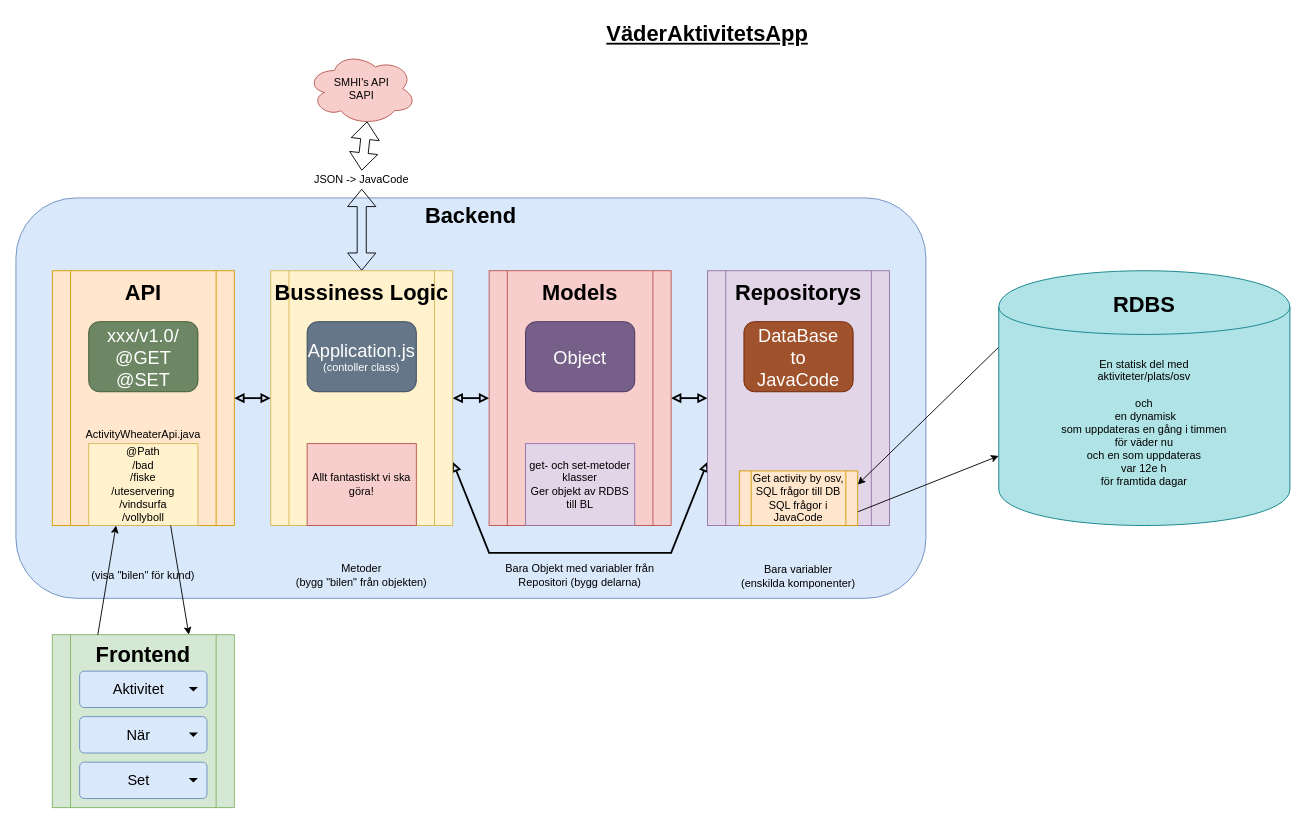
Before: page "VäderAktivitetsApp" (1 of 7) of System_översikt.drawio in deskavaenkelt/JavaEEuppgift, a draw.io diagram. Source tidied: cells renumbered, new cells numbered last; positions are measured from the earlier drawing's top-left corner, leaving out a move shared by most shapes. Both pictures are drawn from the tidied source at 91%, with x=0, y=0 at pixel (15, 15).
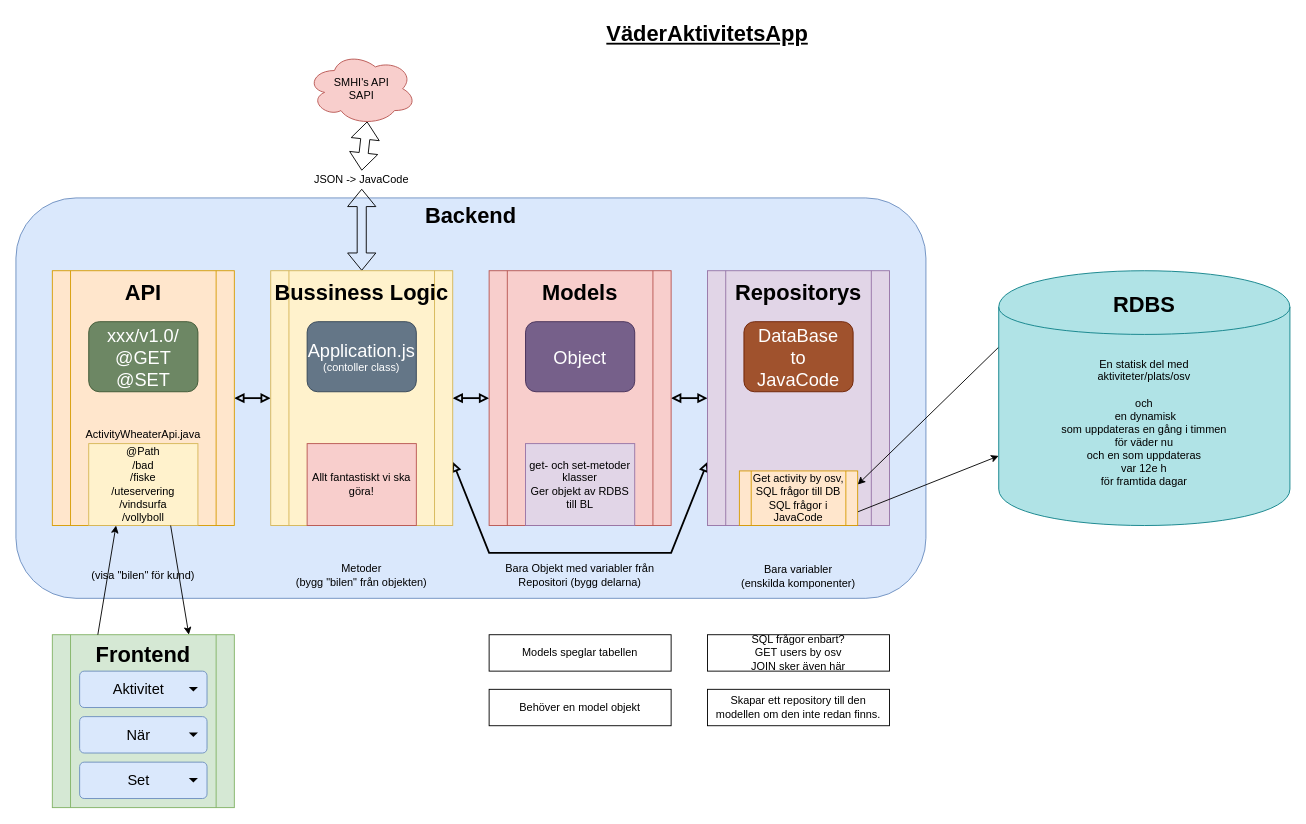
After the change.

What changed in the source:
```diff
@@
+    <mxCell id="46" value="Models speglar tabellen" style="rounded=0;whiteSpace=wrap;html=1;" parent="1" vertex="1">
+      <mxGeometry x="520" y="680" width="200" height="40" as="geometry" />
+    </mxCell>
+    <mxCell id="47" value="SQL frågor enbart?&lt;br&gt;GET users by osv&lt;br&gt;JOIN sker även här&lt;br&gt;" style="rounded=0;whiteSpace=wrap;html=1;" parent="1" vertex="1">
+      <mxGeometry x="760" y="680" width="200" height="40" as="geometry" />
+    </mxCell>
+    <mxCell id="48" value="Behöver en model objekt" style="rounded=0;whiteSpace=wrap;html=1;" parent="1" vertex="1">
+      <mxGeometry x="520" y="740" width="200" height="40" as="geometry" />
+    </mxCell>
+    <mxCell id="49" value="Skapar ett repository till den modellen om den inte redan finns." style="rounded=0;whiteSpace=wrap;html=1;" parent="1" vertex="1">
+      <mxGeometry x="760" y="740" width="200" height="40" as="geometry" />
+    </mxCell>
```
